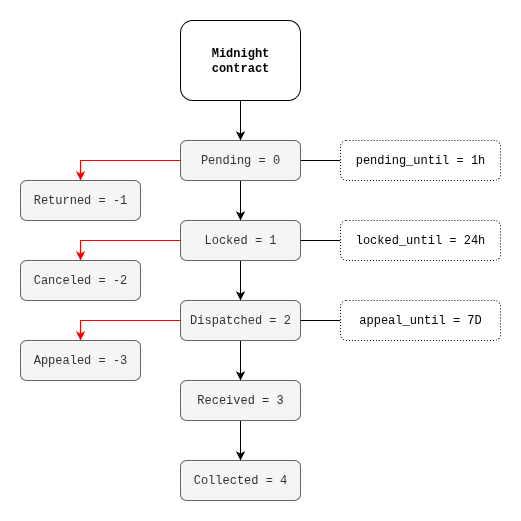
This is states.drawio.png from midso-dao/images, a draw.io export, as it was before one commit. Source tidied: cells renumbered, new cells last; positions are measured from the earlier drawing's top-left corner, leaving out a move shared by most shapes. Source of this version:
```xml
<mxGraphModel>
  <root>
    <mxCell id="0" />
    <mxCell id="1" parent="0" />
    <mxCell id="2" style="edgeStyle=orthogonalEdgeStyle;rounded=0;jettySize=auto;html=1;exitX=0.5;exitY=1;exitDx=0;exitDy=0;entryX=0.5;entryY=0;entryDx=0;entryDy=0;" parent="1" edge="1" source="5" target="9">
      <mxGeometry relative="1" as="geometry" />
    </mxCell>
    <mxCell id="3" style="edgeStyle=orthogonalEdgeStyle;rounded=0;jettySize=auto;html=1;exitX=0;exitY=0.5;exitDx=0;exitDy=0;entryX=0.5;entryY=0;entryDx=0;entryDy=0;strokeColor=#FF0000;" parent="1" edge="1" source="5" target="6">
      <mxGeometry relative="1" as="geometry" />
    </mxCell>
    <mxCell id="4" style="edgeStyle=orthogonalEdgeStyle;rounded=0;jettySize=auto;html=1;exitX=1;exitY=0.5;exitDx=0;exitDy=0;entryX=0;entryY=0.5;entryDx=0;entryDy=0;startArrow=none;startFill=0;endArrow=none;endFill=0;" parent="1" edge="1" source="5" target="20">
      <mxGeometry relative="1" as="geometry" />
    </mxCell>
    <mxCell id="5" value="Pending = 0" style="rounded=1;whiteSpace=wrap;html=1;fontFamily=Courier New;fillColor=#f5f5f5;fontColor=#333333;strokeColor=#666666;" parent="1" vertex="1">
      <mxGeometry x="160" y="120" width="120" height="40" as="geometry" />
    </mxCell>
    <mxCell id="6" value="Returned = -1" style="rounded=1;whiteSpace=wrap;html=1;fontFamily=Courier New;fillColor=#f5f5f5;fontColor=#333333;strokeColor=#666666;" parent="1" vertex="1">
      <mxGeometry y="160" width="120" height="40" as="geometry" />
    </mxCell>
    <mxCell id="7" style="edgeStyle=orthogonalEdgeStyle;rounded=0;jettySize=auto;html=1;exitX=0;exitY=0.5;exitDx=0;exitDy=0;entryX=0.5;entryY=0;entryDx=0;entryDy=0;strokeColor=#FF0000;" parent="1" edge="1" source="9" target="10">
      <mxGeometry relative="1" as="geometry" />
    </mxCell>
    <mxCell id="8" style="edgeStyle=orthogonalEdgeStyle;rounded=0;jettySize=auto;html=1;exitX=0.5;exitY=1;exitDx=0;exitDy=0;entryX=0.5;entryY=0;entryDx=0;entryDy=0;" parent="1" edge="1" source="9" target="13">
      <mxGeometry relative="1" as="geometry" />
    </mxCell>
    <mxCell id="9" value="Locked = 1" style="rounded=1;whiteSpace=wrap;html=1;fontFamily=Courier New;fillColor=#f5f5f5;fontColor=#333333;strokeColor=#666666;" parent="1" vertex="1">
      <mxGeometry x="160" y="200" width="120" height="40" as="geometry" />
    </mxCell>
    <mxCell id="10" value="Canceled = -2" style="rounded=1;whiteSpace=wrap;html=1;fontFamily=Courier New;fillColor=#f5f5f5;fontColor=#333333;strokeColor=#666666;" parent="1" vertex="1">
      <mxGeometry y="240" width="120" height="40" as="geometry" />
    </mxCell>
    <mxCell id="11" style="edgeStyle=orthogonalEdgeStyle;rounded=0;jettySize=auto;html=1;exitX=0;exitY=0.5;exitDx=0;exitDy=0;entryX=0.5;entryY=0;entryDx=0;entryDy=0;strokeColor=#FF0000;" parent="1" edge="1" source="13" target="16">
      <mxGeometry relative="1" as="geometry" />
    </mxCell>
    <mxCell id="12" style="edgeStyle=orthogonalEdgeStyle;rounded=0;jettySize=auto;html=1;exitX=0.5;exitY=1;exitDx=0;exitDy=0;" parent="1" edge="1" source="13" target="15">
      <mxGeometry relative="1" as="geometry" />
    </mxCell>
    <mxCell id="13" value="Dispatched = 2" style="rounded=1;whiteSpace=wrap;html=1;fontFamily=Courier New;fillColor=#f5f5f5;fontColor=#333333;strokeColor=#666666;" parent="1" vertex="1">
      <mxGeometry x="160" y="280" width="120" height="40" as="geometry" />
    </mxCell>
    <mxCell id="14" style="edgeStyle=orthogonalEdgeStyle;rounded=0;jettySize=auto;html=1;exitX=0.5;exitY=1;exitDx=0;exitDy=0;entryX=0.5;entryY=0;entryDx=0;entryDy=0;" parent="1" edge="1" source="15" target="17">
      <mxGeometry relative="1" as="geometry" />
    </mxCell>
    <mxCell id="15" value="Received = 3" style="rounded=1;whiteSpace=wrap;html=1;fontFamily=Courier New;fillColor=#f5f5f5;fontColor=#333333;strokeColor=#666666;" parent="1" vertex="1">
      <mxGeometry x="160" y="360" width="120" height="40" as="geometry" />
    </mxCell>
    <mxCell id="16" value="Appealed = -3" style="rounded=1;whiteSpace=wrap;html=1;fontFamily=Courier New;fillColor=#f5f5f5;fontColor=#333333;strokeColor=#666666;" parent="1" vertex="1">
      <mxGeometry y="320" width="120" height="40" as="geometry" />
    </mxCell>
    <mxCell id="17" value="Collected = 4" style="rounded=1;whiteSpace=wrap;html=1;fontFamily=Courier New;fillColor=#f5f5f5;fontColor=#333333;strokeColor=#666666;" parent="1" vertex="1">
      <mxGeometry x="160" y="440" width="120" height="40" as="geometry" />
    </mxCell>
    <mxCell id="18" style="edgeStyle=orthogonalEdgeStyle;rounded=0;jettySize=auto;html=1;exitX=0.5;exitY=1;exitDx=0;exitDy=0;entryX=0.5;entryY=0;entryDx=0;entryDy=0;" parent="1" edge="1" source="19" target="5">
      <mxGeometry relative="1" as="geometry" />
    </mxCell>
    <mxCell id="19" value="&lt;b&gt;Midnight contract&lt;/b&gt;" style="rounded=1;whiteSpace=wrap;html=1;fontFamily=Courier New;" parent="1" vertex="1">
      <mxGeometry x="160" width="120" height="80" as="geometry" />
    </mxCell>
    <mxCell id="20" value="pending_until = 1h" style="rounded=1;whiteSpace=wrap;html=1;fontFamily=Courier New;dashed=1;dashPattern=1 2;strokeColor=#000000;" parent="1" vertex="1">
      <mxGeometry x="320" y="120" width="160" height="40" as="geometry" />
    </mxCell>
    <mxCell id="21" style="edgeStyle=orthogonalEdgeStyle;rounded=0;jettySize=auto;html=1;exitX=0;exitY=0.5;exitDx=0;exitDy=0;endArrow=none;endFill=0;" parent="1" edge="1" source="22" target="9">
      <mxGeometry relative="1" as="geometry" />
    </mxCell>
    <mxCell id="22" value="locked_until = 24h" style="rounded=1;whiteSpace=wrap;html=1;fontFamily=Courier New;dashed=1;dashPattern=1 2;strokeColor=#000000;" parent="1" vertex="1">
      <mxGeometry x="320" y="200" width="160" height="40" as="geometry" />
    </mxCell>
    <mxCell id="23" style="edgeStyle=orthogonalEdgeStyle;rounded=0;jettySize=auto;html=1;exitX=0;exitY=0.5;exitDx=0;exitDy=0;entryX=1;entryY=0.5;entryDx=0;entryDy=0;endArrow=none;endFill=0;" parent="1" edge="1" source="24" target="13">
      <mxGeometry relative="1" as="geometry" />
    </mxCell>
    <mxCell id="24" value="appeal_until = 7D" style="rounded=1;whiteSpace=wrap;html=1;fontFamily=Courier New;dashed=1;dashPattern=1 2;strokeColor=#000000;" parent="1" vertex="1">
      <mxGeometry x="320" y="280" width="160" height="40" as="geometry" />
    </mxCell>
  </root>
</mxGraphModel>
```
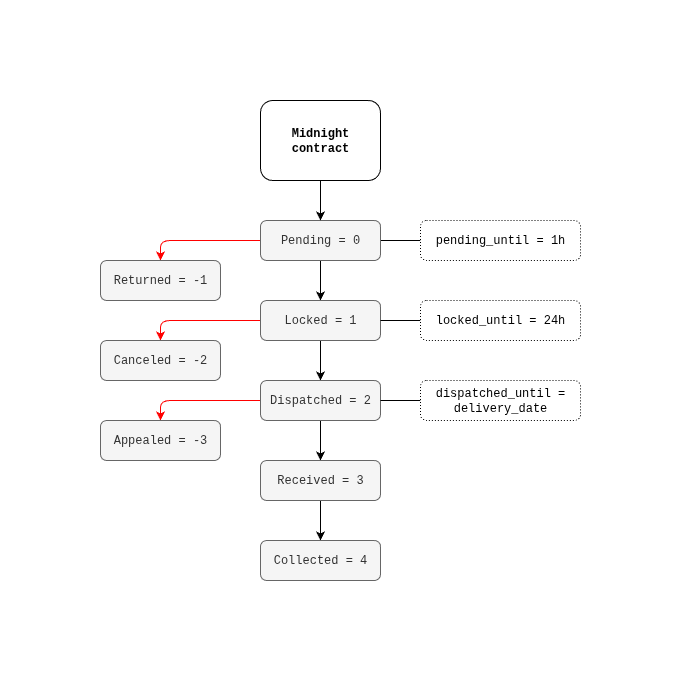
After the commit.

What changed in the source:
```diff
@@ -2,13 +2,13 @@
   <root>
     <mxCell id="0" />
     <mxCell id="1" parent="0" />
-    <mxCell id="2" style="edgeStyle=orthogonalEdgeStyle;rounded=0;jettySize=auto;html=1;exitX=0.5;exitY=1;exitDx=0;exitDy=0;entryX=0.5;entryY=0;entryDx=0;entryDy=0;" parent="1" edge="1" source="5" target="9">
+    <mxCell id="2" style="edgeStyle=orthogonalEdgeStyle;rounded=1;jettySize=auto;html=1;exitX=0.5;exitY=1;exitDx=0;exitDy=0;entryX=0.5;entryY=0;entryDx=0;entryDy=0;" parent="1" edge="1" source="5" target="9">
       <mxGeometry relative="1" as="geometry" />
     </mxCell>
-    <mxCell id="3" style="edgeStyle=orthogonalEdgeStyle;rounded=0;jettySize=auto;html=1;exitX=0;exitY=0.5;exitDx=0;exitDy=0;entryX=0.5;entryY=0;entryDx=0;entryDy=0;strokeColor=#FF0000;" parent="1" edge="1" source="5" target="6">
+    <mxCell id="3" style="edgeStyle=orthogonalEdgeStyle;rounded=1;jettySize=auto;html=1;exitX=0;exitY=0.5;exitDx=0;exitDy=0;entryX=0.5;entryY=0;entryDx=0;entryDy=0;strokeColor=#FF0000;" parent="1" edge="1" source="5" target="6">
       <mxGeometry relative="1" as="geometry" />
     </mxCell>
-    <mxCell id="4" style="edgeStyle=orthogonalEdgeStyle;rounded=0;jettySize=auto;html=1;exitX=1;exitY=0.5;exitDx=0;exitDy=0;entryX=0;entryY=0.5;entryDx=0;entryDy=0;startArrow=none;startFill=0;endArrow=none;endFill=0;" parent="1" edge="1" source="5" target="20">
+    <mxCell id="4" style="edgeStyle=orthogonalEdgeStyle;rounded=1;jettySize=auto;html=1;exitX=1;exitY=0.5;exitDx=0;exitDy=0;entryX=0;entryY=0.5;entryDx=0;entryDy=0;startArrow=none;startFill=0;endArrow=none;endFill=0;" parent="1" edge="1" source="5" target="20">
       <mxGeometry relative="1" as="geometry" />
     </mxCell>
     <mxCell id="5" value="Pending = 0" style="rounded=1;whiteSpace=wrap;html=1;fontFamily=Courier New;fillColor=#f5f5f5;fontColor=#333333;strokeColor=#666666;" parent="1" vertex="1">
@@ -17,10 +17,10 @@
     <mxCell id="6" value="Returned = -1" style="rounded=1;whiteSpace=wrap;html=1;fontFamily=Courier New;fillColor=#f5f5f5;fontColor=#333333;strokeColor=#666666;" parent="1" vertex="1">
       <mxGeometry y="160" width="120" height="40" as="geometry" />
     </mxCell>
-    <mxCell id="7" style="edgeStyle=orthogonalEdgeStyle;rounded=0;jettySize=auto;html=1;exitX=0;exitY=0.5;exitDx=0;exitDy=0;entryX=0.5;entryY=0;entryDx=0;entryDy=0;strokeColor=#FF0000;" parent="1" edge="1" source="9" target="10">
+    <mxCell id="7" style="edgeStyle=orthogonalEdgeStyle;rounded=1;jettySize=auto;html=1;exitX=0;exitY=0.5;exitDx=0;exitDy=0;entryX=0.5;entryY=0;entryDx=0;entryDy=0;strokeColor=#FF0000;" parent="1" edge="1" source="9" target="10">
       <mxGeometry relative="1" as="geometry" />
     </mxCell>
-    <mxCell id="8" style="edgeStyle=orthogonalEdgeStyle;rounded=0;jettySize=auto;html=1;exitX=0.5;exitY=1;exitDx=0;exitDy=0;entryX=0.5;entryY=0;entryDx=0;entryDy=0;" parent="1" edge="1" source="9" target="13">
+    <mxCell id="8" style="edgeStyle=orthogonalEdgeStyle;rounded=1;jettySize=auto;html=1;exitX=0.5;exitY=1;exitDx=0;exitDy=0;entryX=0.5;entryY=0;entryDx=0;entryDy=0;" parent="1" edge="1" source="9" target="13">
       <mxGeometry relative="1" as="geometry" />
     </mxCell>
     <mxCell id="9" value="Locked = 1" style="rounded=1;whiteSpace=wrap;html=1;fontFamily=Courier New;fillColor=#f5f5f5;fontColor=#333333;strokeColor=#666666;" parent="1" vertex="1">
@@ -29,16 +29,16 @@
     <mxCell id="10" value="Canceled = -2" style="rounded=1;whiteSpace=wrap;html=1;fontFamily=Courier New;fillColor=#f5f5f5;fontColor=#333333;strokeColor=#666666;" parent="1" vertex="1">
       <mxGeometry y="240" width="120" height="40" as="geometry" />
     </mxCell>
-    <mxCell id="11" style="edgeStyle=orthogonalEdgeStyle;rounded=0;jettySize=auto;html=1;exitX=0;exitY=0.5;exitDx=0;exitDy=0;entryX=0.5;entryY=0;entryDx=0;entryDy=0;strokeColor=#FF0000;" parent="1" edge="1" source="13" target="16">
+    <mxCell id="11" style="edgeStyle=orthogonalEdgeStyle;rounded=1;jettySize=auto;html=1;exitX=0;exitY=0.5;exitDx=0;exitDy=0;entryX=0.5;entryY=0;entryDx=0;entryDy=0;strokeColor=#FF0000;" parent="1" edge="1" source="13" target="16">
       <mxGeometry relative="1" as="geometry" />
     </mxCell>
-    <mxCell id="12" style="edgeStyle=orthogonalEdgeStyle;rounded=0;jettySize=auto;html=1;exitX=0.5;exitY=1;exitDx=0;exitDy=0;" parent="1" edge="1" source="13" target="15">
+    <mxCell id="12" style="edgeStyle=orthogonalEdgeStyle;rounded=1;jettySize=auto;html=1;exitX=0.5;exitY=1;exitDx=0;exitDy=0;" parent="1" edge="1" source="13" target="15">
       <mxGeometry relative="1" as="geometry" />
     </mxCell>
     <mxCell id="13" value="Dispatched = 2" style="rounded=1;whiteSpace=wrap;html=1;fontFamily=Courier New;fillColor=#f5f5f5;fontColor=#333333;strokeColor=#666666;" parent="1" vertex="1">
       <mxGeometry x="160" y="280" width="120" height="40" as="geometry" />
     </mxCell>
-    <mxCell id="14" style="edgeStyle=orthogonalEdgeStyle;rounded=0;jettySize=auto;html=1;exitX=0.5;exitY=1;exitDx=0;exitDy=0;entryX=0.5;entryY=0;entryDx=0;entryDy=0;" parent="1" edge="1" source="15" target="17">
+    <mxCell id="14" style="edgeStyle=orthogonalEdgeStyle;rounded=1;jettySize=auto;html=1;exitX=0.5;exitY=1;exitDx=0;exitDy=0;entryX=0.5;entryY=0;entryDx=0;entryDy=0;" parent="1" edge="1" source="15" target="17">
       <mxGeometry relative="1" as="geometry" />
     </mxCell>
     <mxCell id="15" value="Received = 3" style="rounded=1;whiteSpace=wrap;html=1;fontFamily=Courier New;fillColor=#f5f5f5;fontColor=#333333;strokeColor=#666666;" parent="1" vertex="1">
@@ -50,7 +50,7 @@
     <mxCell id="17" value="Collected = 4" style="rounded=1;whiteSpace=wrap;html=1;fontFamily=Courier New;fillColor=#f5f5f5;fontColor=#333333;strokeColor=#666666;" parent="1" vertex="1">
       <mxGeometry x="160" y="440" width="120" height="40" as="geometry" />
     </mxCell>
-    <mxCell id="18" style="edgeStyle=orthogonalEdgeStyle;rounded=0;jettySize=auto;html=1;exitX=0.5;exitY=1;exitDx=0;exitDy=0;entryX=0.5;entryY=0;entryDx=0;entryDy=0;" parent="1" edge="1" source="19" target="5">
+    <mxCell id="18" style="edgeStyle=orthogonalEdgeStyle;rounded=1;jettySize=auto;html=1;exitX=0.5;exitY=1;exitDx=0;exitDy=0;entryX=0.5;entryY=0;entryDx=0;entryDy=0;" parent="1" edge="1" source="19" target="5">
       <mxGeometry relative="1" as="geometry" />
     </mxCell>
     <mxCell id="19" value="&lt;b&gt;Midnight contract&lt;/b&gt;" style="rounded=1;whiteSpace=wrap;html=1;fontFamily=Courier New;" parent="1" vertex="1">
@@ -59,16 +59,16 @@
     <mxCell id="20" value="pending_until = 1h" style="rounded=1;whiteSpace=wrap;html=1;fontFamily=Courier New;dashed=1;dashPattern=1 2;strokeColor=#000000;" parent="1" vertex="1">
       <mxGeometry x="320" y="120" width="160" height="40" as="geometry" />
     </mxCell>
-    <mxCell id="21" style="edgeStyle=orthogonalEdgeStyle;rounded=0;jettySize=auto;html=1;exitX=0;exitY=0.5;exitDx=0;exitDy=0;endArrow=none;endFill=0;" parent="1" edge="1" source="22" target="9">
+    <mxCell id="21" style="edgeStyle=orthogonalEdgeStyle;rounded=1;jettySize=auto;html=1;exitX=0;exitY=0.5;exitDx=0;exitDy=0;endArrow=none;endFill=0;" parent="1" edge="1" source="22" target="9">
       <mxGeometry relative="1" as="geometry" />
     </mxCell>
     <mxCell id="22" value="locked_until = 24h" style="rounded=1;whiteSpace=wrap;html=1;fontFamily=Courier New;dashed=1;dashPattern=1 2;strokeColor=#000000;" parent="1" vertex="1">
       <mxGeometry x="320" y="200" width="160" height="40" as="geometry" />
     </mxCell>
-    <mxCell id="23" style="edgeStyle=orthogonalEdgeStyle;rounded=0;jettySize=auto;html=1;exitX=0;exitY=0.5;exitDx=0;exitDy=0;entryX=1;entryY=0.5;entryDx=0;entryDy=0;endArrow=none;endFill=0;" parent="1" edge="1" source="24" target="13">
+    <mxCell id="23" style="edgeStyle=orthogonalEdgeStyle;rounded=1;jettySize=auto;html=1;exitX=0;exitY=0.5;exitDx=0;exitDy=0;entryX=1;entryY=0.5;entryDx=0;entryDy=0;endArrow=none;endFill=0;" parent="1" edge="1" source="24" target="13">
       <mxGeometry relative="1" as="geometry" />
     </mxCell>
-    <mxCell id="24" value="appeal_until = 7D" style="rounded=1;whiteSpace=wrap;html=1;fontFamily=Courier New;dashed=1;dashPattern=1 2;strokeColor=#000000;" parent="1" vertex="1">
+    <mxCell id="24" value="dispatched_until = delivery_date" style="rounded=1;whiteSpace=wrap;html=1;fontFamily=Courier New;dashed=1;dashPattern=1 2;strokeColor=#000000;" parent="1" vertex="1">
       <mxGeometry x="320" y="280" width="160" height="40" as="geometry" />
     </mxCell>
   </root>
```
